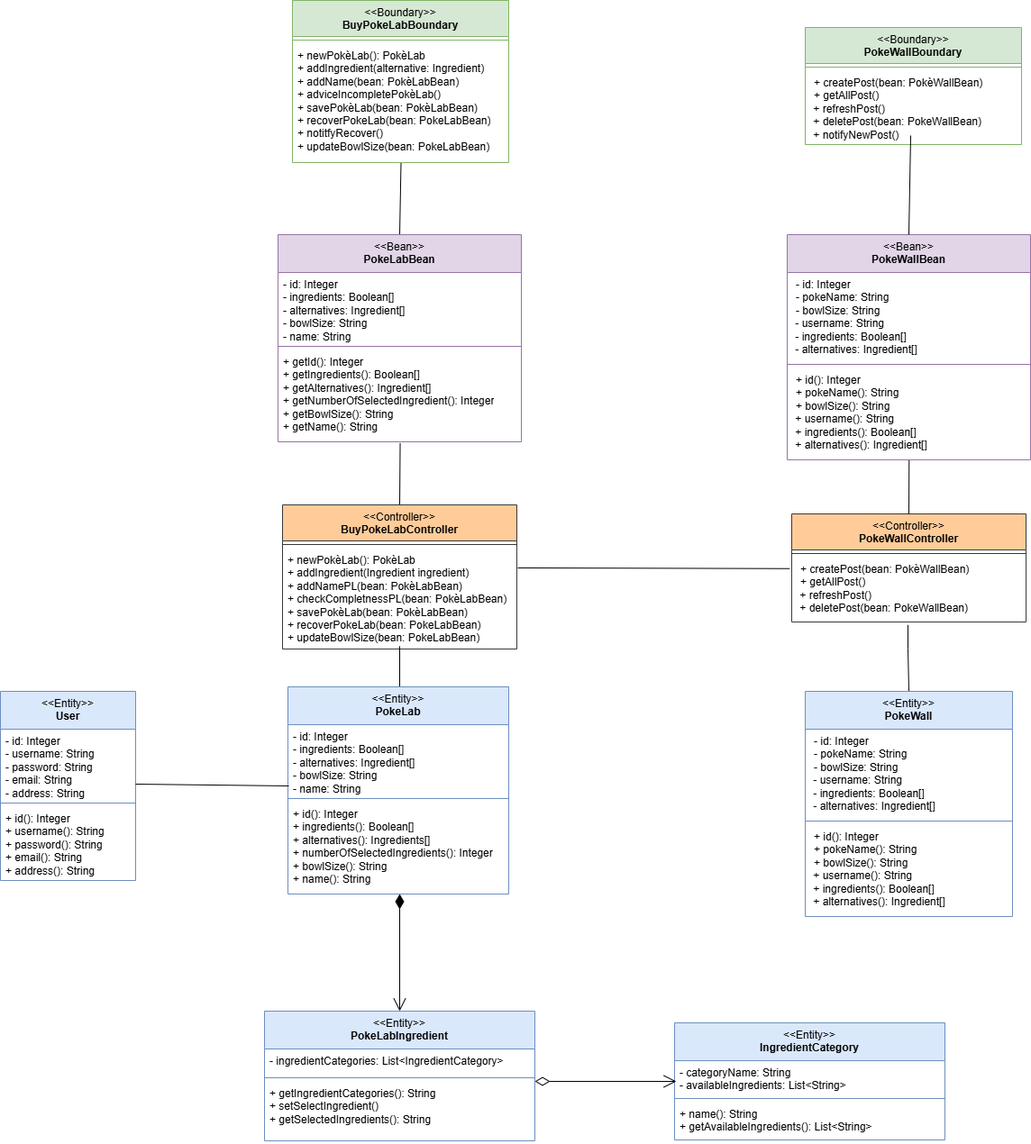
Earlier version of the draw.io export diagrams/BCE.drawio.png (matteopinfildi/YourPoke-ISPWProject). Source tidied: cells renumbered, new cells last; positions are measured from the earlier drawing's top-left corner, leaving out a move shared by most shapes.
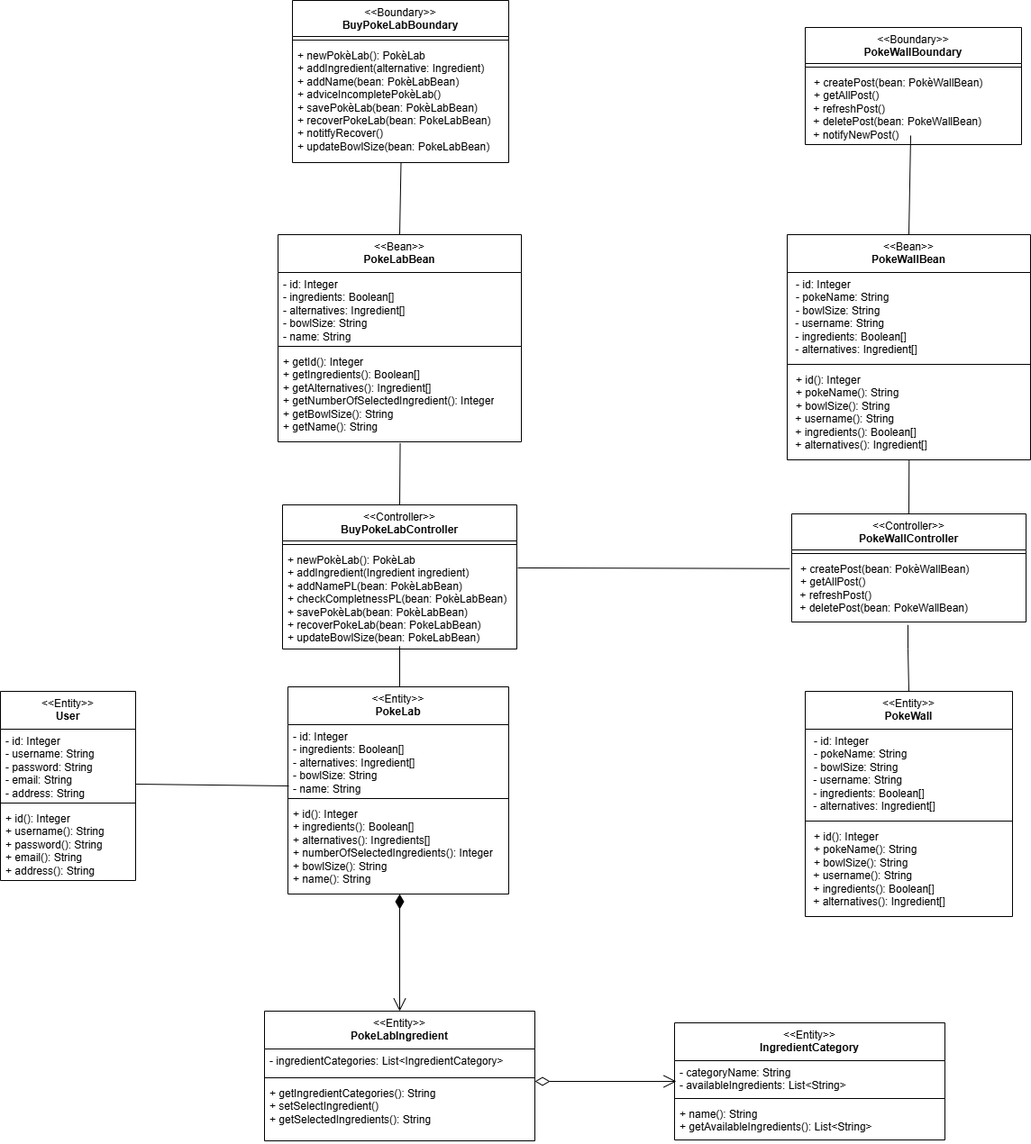
Later version of the same file.

The edit, as a diff of the source:
```diff
@@ -2,7 +2,7 @@
   <root>
     <mxCell id="0" />
     <mxCell id="1" parent="0" />
-    <mxCell id="2" value="&lt;div&gt;&lt;span style=&quot;font-weight: normal;&quot;&gt;&amp;lt;&amp;lt;Boundary&amp;gt;&amp;gt;&lt;/span&gt;&lt;/div&gt;BuyPokeLabBoundary" style="swimlane;fontStyle=1;align=center;verticalAlign=top;horizontal=1;startSize=40;whiteSpace=wrap;html=1;fillColor=#d5e8d4;strokeColor=#82b366;" parent="1" vertex="1">
+    <mxCell id="2" value="&lt;div&gt;&lt;span style=&quot;font-weight: normal;&quot;&gt;&amp;lt;&amp;lt;Boundary&amp;gt;&amp;gt;&lt;/span&gt;&lt;/div&gt;BuyPokeLabBoundary" style="swimlane;fontStyle=1;align=center;verticalAlign=top;horizontal=1;startSize=40;whiteSpace=wrap;html=1;" parent="1" vertex="1">
       <mxGeometry x="324" width="240" height="180" as="geometry" />
     </mxCell>
     <mxCell id="3" style="line;strokeWidth=1;fillColor=none;align=left;verticalAlign=middle;spacingTop=-1;spacingLeft=3;spacingRight=3;labelPosition=right;strokeColor=inherit;" parent="2" vertex="1">
@@ -17,7 +17,7 @@
     <mxCell id="6" style="endArrow=none;html=1;rounded=0;entryX=0.502;entryY=1.014;entryDx=0;entryDy=0;entryPerimeter=0;exitX=0.5;exitY=0;exitDx=0;exitDy=0;" parent="1" edge="1" source="7" target="33">
       <mxGeometry relative="1" as="geometry" />
     </mxCell>
-    <mxCell id="7" value="&lt;div&gt;&lt;span style=&quot;font-weight: normal;&quot;&gt;&amp;lt;&amp;lt;Controller&amp;gt;&amp;gt;&lt;/span&gt;&lt;/div&gt;BuyPokeLabController" style="swimlane;fontStyle=1;align=center;verticalAlign=top;horizontal=1;startSize=40;whiteSpace=wrap;html=1;fillColor=#ffcc99;strokeColor=#36393d;" parent="1" vertex="1">
+    <mxCell id="7" value="&lt;div&gt;&lt;span style=&quot;font-weight: normal;&quot;&gt;&amp;lt;&amp;lt;Controller&amp;gt;&amp;gt;&lt;/span&gt;&lt;/div&gt;BuyPokeLabController" style="swimlane;fontStyle=1;align=center;verticalAlign=top;horizontal=1;startSize=40;whiteSpace=wrap;html=1;" parent="1" vertex="1">
       <mxGeometry x="313" y="560" width="260" height="160" as="geometry" />
     </mxCell>
     <mxCell id="8" style="line;strokeWidth=1;fillColor=none;align=left;verticalAlign=middle;spacingTop=-1;spacingLeft=3;spacingRight=3;labelPosition=right;strokeColor=inherit;" parent="7" vertex="1">
@@ -26,7 +26,7 @@
     <mxCell id="9" value="+ newPokèLab(): PokèLab&lt;div&gt;+ addIngredient(Ingredient ingredient)&lt;/div&gt;&lt;div&gt;+ addNamePL(bean: PokèLabBean)&lt;/div&gt;&lt;div&gt;+ checkCompletnessPL(&lt;span style=&quot;background-color: transparent; color: light-dark(rgb(0, 0, 0), rgb(255, 255, 255));&quot;&gt;bean: PokèLabBean)&lt;/span&gt;&lt;/div&gt;&lt;div&gt;+ savePokèLab(bean: PokèLabBean)&lt;/div&gt;&lt;div&gt;+ recoverPokeLab(bean: PokeLabBean)&lt;/div&gt;&lt;div&gt;+ updateBowlSize(bean: PokeLabBean)&lt;/div&gt;&lt;div&gt;&lt;br&gt;&lt;/div&gt;" style="text;strokeColor=none;fillColor=none;align=left;verticalAlign=top;spacingLeft=4;spacingRight=4;overflow=hidden;points=[[0,0.5],[1,0.5]];portConstraint=eastwest;whiteSpace=wrap;html=1;" parent="7" vertex="1">
       <mxGeometry y="48" width="260" height="112" as="geometry" />
     </mxCell>
-    <mxCell id="10" value="&lt;div&gt;&lt;span style=&quot;font-weight: normal;&quot;&gt;&amp;lt;&amp;lt;Controller&amp;gt;&amp;gt;&lt;/span&gt;&lt;/div&gt;PokeWallController" style="swimlane;fontStyle=1;align=center;verticalAlign=top;horizontal=1;startSize=40;whiteSpace=wrap;html=1;fillColor=#ffcc99;strokeColor=#36393d;" parent="1" vertex="1">
+    <mxCell id="10" value="&lt;div&gt;&lt;span style=&quot;font-weight: normal;&quot;&gt;&amp;lt;&amp;lt;Controller&amp;gt;&amp;gt;&lt;/span&gt;&lt;/div&gt;PokeWallController" style="swimlane;fontStyle=1;align=center;verticalAlign=top;horizontal=1;startSize=40;whiteSpace=wrap;html=1;" parent="1" vertex="1">
       <mxGeometry x="878" y="570" width="260" height="120" as="geometry" />
     </mxCell>
     <mxCell id="11" style="line;strokeWidth=1;fillColor=none;align=left;verticalAlign=middle;spacingTop=-1;spacingLeft=3;spacingRight=3;labelPosition=right;strokeColor=inherit;" parent="10" vertex="1">
@@ -50,7 +50,7 @@
         <mxPoint x="443" y="790" as="sourcePoint" />
       </mxGeometry>
     </mxCell>
-    <mxCell id="16" value="&lt;div&gt;&lt;span style=&quot;font-weight: 400;&quot;&gt;&amp;lt;&amp;lt;Entity&amp;gt;&amp;gt;&lt;/span&gt;&lt;br&gt;&lt;/div&gt;PokeLab" style="swimlane;fontStyle=1;align=center;verticalAlign=top;horizontal=1;startSize=42;whiteSpace=wrap;html=1;fillColor=#dae8fc;strokeColor=#6c8ebf;" parent="1" vertex="1">
+    <mxCell id="16" value="&lt;div&gt;&lt;span style=&quot;font-weight: 400;&quot;&gt;&amp;lt;&amp;lt;Entity&amp;gt;&amp;gt;&lt;/span&gt;&lt;br&gt;&lt;/div&gt;PokeLab" style="swimlane;fontStyle=1;align=center;verticalAlign=top;horizontal=1;startSize=42;whiteSpace=wrap;html=1;" parent="1" vertex="1">
       <mxGeometry x="319" y="762" width="245" height="230" as="geometry" />
     </mxCell>
     <mxCell id="17" value="&lt;div&gt;- id: Integer&lt;/div&gt;- ingredients: Boolean[]&lt;div&gt;- alternatives: Ingredient[]&lt;/div&gt;&lt;div&gt;- bowlSize: String&lt;/div&gt;&lt;div&gt;- name: String&lt;/div&gt;" style="text;strokeColor=none;fillColor=none;align=left;verticalAlign=top;spacingLeft=4;spacingRight=4;overflow=hidden;whiteSpace=wrap;html=1;" parent="16" vertex="1">
@@ -68,7 +68,7 @@
         <mxPoint x="443" y="1122" as="targetPoint" />
       </mxGeometry>
     </mxCell>
-    <mxCell id="21" value="&lt;div&gt;&lt;span style=&quot;font-weight: 400;&quot;&gt;&amp;lt;&amp;lt;Entity&amp;gt;&amp;gt;&lt;/span&gt;&lt;br&gt;&lt;/div&gt;PokeWall" style="swimlane;fontStyle=1;align=center;verticalAlign=top;horizontal=1;startSize=42;whiteSpace=wrap;html=1;fillColor=#dae8fc;strokeColor=#6c8ebf;" parent="1" vertex="1">
+    <mxCell id="21" value="&lt;div&gt;&lt;span style=&quot;font-weight: 400;&quot;&gt;&amp;lt;&amp;lt;Entity&amp;gt;&amp;gt;&lt;/span&gt;&lt;br&gt;&lt;/div&gt;PokeWall" style="swimlane;fontStyle=1;align=center;verticalAlign=top;horizontal=1;startSize=42;whiteSpace=wrap;html=1;" parent="1" vertex="1">
       <mxGeometry x="893" y="767" width="230" height="250" as="geometry" />
     </mxCell>
     <mxCell id="22" value="&lt;p style=&quot;margin: 0px 0px 0px 4px;&quot;&gt;- id: Integer&lt;/p&gt;&lt;p style=&quot;margin: 0px 0px 0px 4px;&quot;&gt;- pokeName: String&lt;/p&gt;&lt;p style=&quot;margin: 0px 0px 0px 4px;&quot;&gt;- bowlSize: String&lt;/p&gt;&amp;nbsp;- username: String&lt;div&gt;&amp;nbsp;- ingredients: Boolean[]&lt;/div&gt;&lt;div&gt;&amp;nbsp;- alternatives: Ingredient[]&lt;/div&gt;" style="text;strokeColor=none;fillColor=none;align=left;verticalAlign=top;spacingLeft=4;spacingRight=4;overflow=hidden;whiteSpace=wrap;html=1;" parent="21" vertex="1">
@@ -80,7 +80,7 @@
     <mxCell id="24" value="&lt;p style=&quot;margin: 0px 0px 0px 4px;&quot;&gt;+ id(): Integer&lt;/p&gt;&lt;p style=&quot;margin: 0px 0px 0px 4px;&quot;&gt;+ pokeName(): String&lt;/p&gt;&lt;p style=&quot;margin: 0px 0px 0px 4px;&quot;&gt;+ bowlSize(): String&lt;/p&gt;&amp;nbsp;+ username(): String&lt;div&gt;&amp;nbsp;+ ingredients(): Boolean[]&lt;/div&gt;&lt;div&gt;&amp;nbsp;+ alternatives(): Ingredient[]&lt;/div&gt;" style="text;strokeColor=none;fillColor=none;align=left;verticalAlign=top;spacingLeft=4;spacingRight=4;overflow=hidden;whiteSpace=wrap;html=1;" parent="21" vertex="1">
       <mxGeometry y="148" width="230" height="102" as="geometry" />
     </mxCell>
-    <mxCell id="25" value="&lt;div&gt;&lt;span style=&quot;font-weight: 400;&quot;&gt;&amp;lt;&amp;lt;Entity&amp;gt;&amp;gt;&lt;/span&gt;&lt;br&gt;&lt;/div&gt;User" style="swimlane;fontStyle=1;align=center;verticalAlign=top;horizontal=1;startSize=42;whiteSpace=wrap;html=1;fillColor=#dae8fc;strokeColor=#6c8ebf;" parent="1" vertex="1">
+    <mxCell id="25" value="&lt;div&gt;&lt;span style=&quot;font-weight: 400;&quot;&gt;&amp;lt;&amp;lt;Entity&amp;gt;&amp;gt;&lt;/span&gt;&lt;br&gt;&lt;/div&gt;User" style="swimlane;fontStyle=1;align=center;verticalAlign=top;horizontal=1;startSize=42;whiteSpace=wrap;html=1;" parent="1" vertex="1">
       <mxGeometry y="767" width="150" height="210" as="geometry" />
     </mxCell>
     <mxCell id="26" value="&lt;div&gt;- id: Integer&lt;/div&gt;- username: String&lt;div&gt;- password: String&lt;br&gt;&lt;div&gt;- email: String&lt;/div&gt;&lt;div&gt;- address: String&lt;/div&gt;&lt;/div&gt;" style="text;strokeColor=none;fillColor=none;align=left;verticalAlign=top;spacingLeft=4;spacingRight=4;overflow=hidden;whiteSpace=wrap;html=1;" parent="25" vertex="1">
@@ -98,7 +98,7 @@
         <mxPoint x="150" y="870" as="targetPoint" />
       </mxGeometry>
     </mxCell>
-    <mxCell id="30" value="&lt;div&gt;&lt;span style=&quot;font-weight: 400;&quot;&gt;&amp;lt;&amp;lt;Bean&amp;gt;&amp;gt;&lt;/span&gt;&lt;br&gt;&lt;/div&gt;PokeLabBean" style="swimlane;fontStyle=1;align=center;verticalAlign=top;horizontal=1;startSize=42;whiteSpace=wrap;html=1;fillColor=#e1d5e7;strokeColor=#9673a6;" parent="1" vertex="1">
+    <mxCell id="30" value="&lt;div&gt;&lt;span style=&quot;font-weight: 400;&quot;&gt;&amp;lt;&amp;lt;Bean&amp;gt;&amp;gt;&lt;/span&gt;&lt;br&gt;&lt;/div&gt;PokeLabBean" style="swimlane;fontStyle=1;align=center;verticalAlign=top;horizontal=1;startSize=42;whiteSpace=wrap;html=1;" parent="1" vertex="1">
       <mxGeometry x="308" y="260" width="270" height="230" as="geometry" />
     </mxCell>
     <mxCell id="31" value="&lt;div&gt;- id: Integer&lt;/div&gt;- ingredients: Boolean[]&lt;div&gt;- alternatives: Ingredient[]&lt;/div&gt;&lt;div&gt;- bowlSize: String&lt;/div&gt;&lt;div&gt;- name: String&lt;/div&gt;" style="text;strokeColor=none;fillColor=none;align=left;verticalAlign=top;spacingLeft=4;spacingRight=4;overflow=hidden;whiteSpace=wrap;html=1;" parent="30" vertex="1">
@@ -110,7 +110,7 @@
     <mxCell id="33" value="&lt;div&gt;+ getId(): Integer&lt;/div&gt;+ getIngredients(): Boolean[]&lt;div&gt;+ getAlternatives(): Ingredient[]&lt;/div&gt;&lt;div&gt;+ getNumberOfSelectedIngredient(): Integer&lt;/div&gt;&lt;div&gt;+ getBowlSize(): String&lt;/div&gt;&lt;div&gt;+ getName(): String&lt;/div&gt;" style="text;strokeColor=none;fillColor=none;align=left;verticalAlign=top;spacingLeft=4;spacingRight=4;overflow=hidden;points=[[0,0.5],[1,0.5]];portConstraint=eastwest;whiteSpace=wrap;html=1;" parent="30" vertex="1">
       <mxGeometry y="128" width="270" height="102" as="geometry" />
     </mxCell>
-    <mxCell id="34" value="&lt;div&gt;&lt;span style=&quot;font-weight: 400;&quot;&gt;&amp;lt;&amp;lt;Entity&amp;gt;&amp;gt;&lt;/span&gt;&lt;br&gt;&lt;/div&gt;PokeLabIngredient" style="swimlane;fontStyle=1;align=center;verticalAlign=top;horizontal=1;startSize=42;whiteSpace=wrap;html=1;fillColor=#dae8fc;strokeColor=#6c8ebf;" parent="1" vertex="1">
+    <mxCell id="34" value="&lt;div&gt;&lt;span style=&quot;font-weight: 400;&quot;&gt;&amp;lt;&amp;lt;Entity&amp;gt;&amp;gt;&lt;/span&gt;&lt;br&gt;&lt;/div&gt;PokeLabIngredient" style="swimlane;fontStyle=1;align=center;verticalAlign=top;horizontal=1;startSize=42;whiteSpace=wrap;html=1;" parent="1" vertex="1">
       <mxGeometry x="293" y="1122" width="300" height="144" as="geometry" />
     </mxCell>
     <mxCell id="35" value="- ingredientCategories: List&amp;lt;IngredientCategory&amp;gt;" style="text;strokeColor=none;fillColor=none;align=left;verticalAlign=top;spacingLeft=4;spacingRight=4;overflow=hidden;whiteSpace=wrap;html=1;" parent="34" vertex="1">
@@ -122,7 +122,7 @@
     <mxCell id="37" value="+ getIngredientCategories(): String&lt;div&gt;+ setSelectIngredient()&lt;/div&gt;&lt;div&gt;+ getSelectedIngredients(): String&lt;/div&gt;" style="text;strokeColor=none;fillColor=none;align=left;verticalAlign=top;spacingLeft=4;spacingRight=4;overflow=hidden;whiteSpace=wrap;html=1;" parent="34" vertex="1">
       <mxGeometry y="78" width="300" height="66" as="geometry" />
     </mxCell>
-    <mxCell id="38" value="&lt;div&gt;&lt;span style=&quot;font-weight: 400;&quot;&gt;&amp;lt;&amp;lt;Entity&amp;gt;&amp;gt;&lt;/span&gt;&lt;br&gt;&lt;/div&gt;IngredientCategory" style="swimlane;fontStyle=1;align=center;verticalAlign=top;horizontal=1;startSize=42;whiteSpace=wrap;html=1;fillColor=#dae8fc;strokeColor=#6c8ebf;" parent="1" vertex="1">
+    <mxCell id="38" value="&lt;div&gt;&lt;span style=&quot;font-weight: 400;&quot;&gt;&amp;lt;&amp;lt;Entity&amp;gt;&amp;gt;&lt;/span&gt;&lt;br&gt;&lt;/div&gt;IngredientCategory" style="swimlane;fontStyle=1;align=center;verticalAlign=top;horizontal=1;startSize=42;whiteSpace=wrap;html=1;" parent="1" vertex="1">
       <mxGeometry x="748" y="1135" width="300" height="130" as="geometry" />
     </mxCell>
     <mxCell id="39" value="- categoryName: String&lt;div&gt;- availableIngredients: List&amp;lt;String&amp;gt;&lt;br&gt;&lt;/div&gt;" style="text;strokeColor=none;fillColor=none;align=left;verticalAlign=top;spacingLeft=4;spacingRight=4;overflow=hidden;whiteSpace=wrap;html=1;" parent="38" vertex="1">
@@ -137,7 +137,7 @@
     <mxCell id="42" style="endArrow=none;html=1;rounded=0;entryX=0.501;entryY=1.007;entryDx=0;entryDy=0;entryPerimeter=0;exitX=0.5;exitY=0;exitDx=0;exitDy=0;" parent="1" edge="1" source="10" target="46">
       <mxGeometry relative="1" as="geometry" />
     </mxCell>
-    <mxCell id="43" value="&lt;div&gt;&lt;span style=&quot;font-weight: 400;&quot;&gt;&amp;lt;&amp;lt;Bean&amp;gt;&amp;gt;&lt;/span&gt;&lt;br&gt;&lt;/div&gt;PokeWallBean" style="swimlane;fontStyle=1;align=center;verticalAlign=top;horizontal=1;startSize=42;whiteSpace=wrap;html=1;fillColor=#e1d5e7;strokeColor=#9673a6;" parent="1" vertex="1">
+    <mxCell id="43" value="&lt;div&gt;&lt;span style=&quot;font-weight: 400;&quot;&gt;&amp;lt;&amp;lt;Bean&amp;gt;&amp;gt;&lt;/span&gt;&lt;br&gt;&lt;/div&gt;PokeWallBean" style="swimlane;fontStyle=1;align=center;verticalAlign=top;horizontal=1;startSize=42;whiteSpace=wrap;html=1;" parent="1" vertex="1">
       <mxGeometry x="873" y="260" width="270" height="250" as="geometry" />
     </mxCell>
     <mxCell id="44" value="&lt;p style=&quot;margin: 0px 0px 0px 4px;&quot;&gt;- id: Integer&lt;/p&gt;&lt;p style=&quot;margin: 0px 0px 0px 4px;&quot;&gt;- pokeName: String&lt;/p&gt;&lt;p style=&quot;margin: 0px 0px 0px 4px;&quot;&gt;- bowlSize: String&lt;/p&gt;&amp;nbsp;- username: String&lt;div&gt;&amp;nbsp;- ingredients: Boolean[]&lt;/div&gt;&lt;div&gt;&amp;nbsp;- alternatives: Ingredient[]&lt;/div&gt;" style="text;strokeColor=none;fillColor=none;align=left;verticalAlign=top;spacingLeft=4;spacingRight=4;overflow=hidden;whiteSpace=wrap;html=1;" parent="43" vertex="1">
@@ -149,7 +149,7 @@
     <mxCell id="46" value="&lt;p style=&quot;margin: 0px 0px 0px 4px;&quot;&gt;+ id(): Integer&lt;/p&gt;&lt;p style=&quot;margin: 0px 0px 0px 4px;&quot;&gt;+ pokeName(): String&lt;/p&gt;&lt;p style=&quot;margin: 0px 0px 0px 4px;&quot;&gt;&lt;span style=&quot;background-color: transparent; color: light-dark(rgb(0, 0, 0), rgb(255, 255, 255));&quot;&gt;+ bowlSize(): String&lt;/span&gt;&lt;/p&gt;&amp;nbsp;+ username(): String&lt;div&gt;&amp;nbsp;+ ingredients(): Boolean[]&lt;/div&gt;&lt;div&gt;&amp;nbsp;+ alternatives(): Ingredient[]&lt;/div&gt;" style="text;strokeColor=none;fillColor=none;align=left;verticalAlign=top;spacingLeft=4;spacingRight=4;overflow=hidden;points=[[0,0.5],[1,0.5]];portConstraint=eastwest;whiteSpace=wrap;html=1;" parent="43" vertex="1">
       <mxGeometry y="148" width="270" height="102" as="geometry" />
     </mxCell>
-    <mxCell id="47" value="&lt;div&gt;&lt;span style=&quot;font-weight: normal;&quot;&gt;&amp;lt;&amp;lt;Boundary&amp;gt;&amp;gt;&lt;/span&gt;&lt;/div&gt;PokeWallBoundary" style="swimlane;fontStyle=1;align=center;verticalAlign=top;horizontal=1;startSize=40;whiteSpace=wrap;html=1;fillColor=#d5e8d4;strokeColor=#82b366;" parent="1" vertex="1">
+    <mxCell id="47" value="&lt;div&gt;&lt;span style=&quot;font-weight: normal;&quot;&gt;&amp;lt;&amp;lt;Boundary&amp;gt;&amp;gt;&lt;/span&gt;&lt;/div&gt;PokeWallBoundary" style="swimlane;fontStyle=1;align=center;verticalAlign=top;horizontal=1;startSize=40;whiteSpace=wrap;html=1;" parent="1" vertex="1">
       <mxGeometry x="893" y="30" width="240" height="130" as="geometry" />
     </mxCell>
     <mxCell id="48" style="line;strokeWidth=1;fillColor=none;align=left;verticalAlign=middle;spacingTop=-1;spacingLeft=3;spacingRight=3;labelPosition=right;strokeColor=inherit;" parent="47" vertex="1">
```
